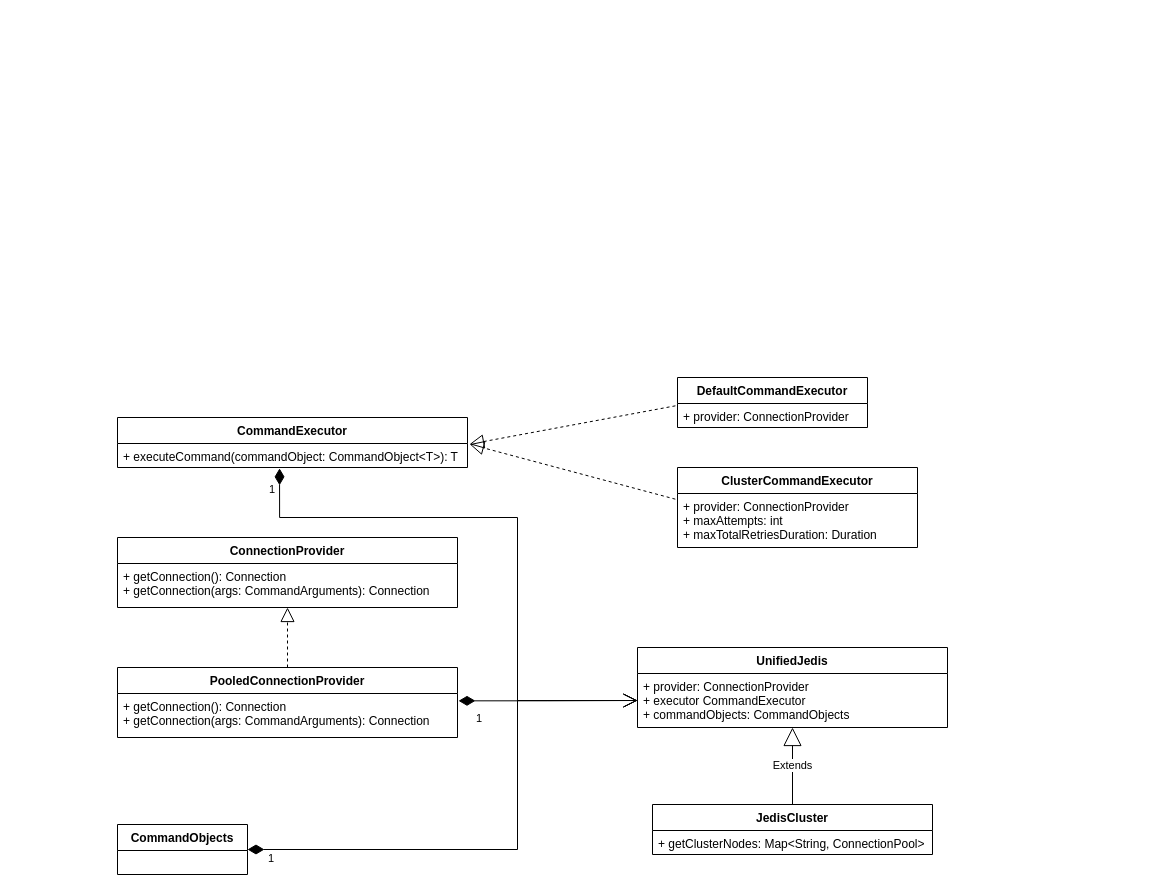
Above: Jedis Cluster Class UML.drawio in caizhaomin001/drawio (draw.io), before the change. Source tidied: cells renumbered, new cells numbered last; positions are measured from the earlier drawing's top-left corner, leaving out a move shared by most shapes. Both pictures are drawn from the tidied source at 100%, with x=0, y=0 at pixel (117, 377).
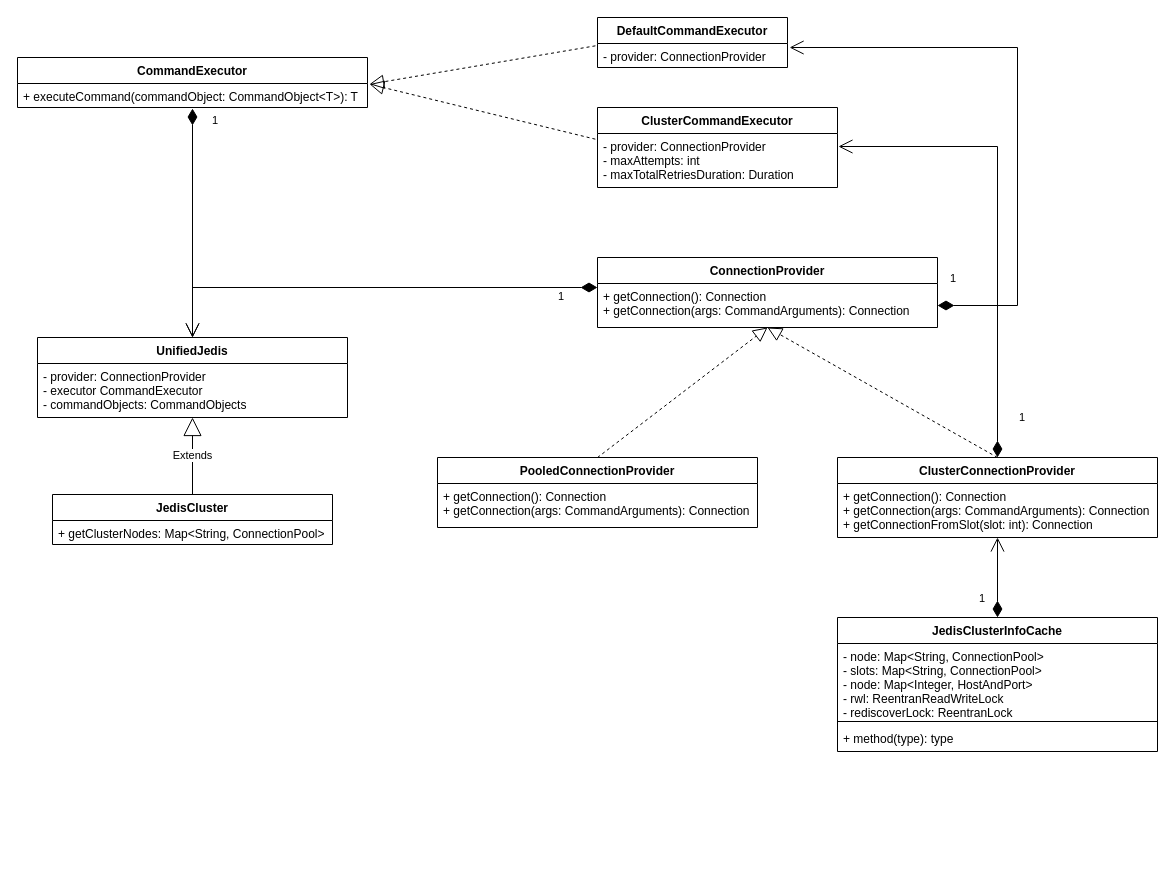
The same diagram, later.

The change refers to these unchanged cells:
```xml
<mxCell id="3" value="+ getConnection(): Connection&#10;+ getConnection(args: CommandArguments): Connection" style="text;strokeColor=none;fillColor=none;align=left;verticalAlign=top;spacingLeft=4;spacingRight=4;overflow=hidden;points=[[0,0.5],[1,0.5]];portConstraint=eastwest;" parent="2" vertex="1">
  <mxGeometry y="26" width="340" height="44" as="geometry" />
</mxCell>
<mxCell id="11" value="+ executeCommand(commandObject: CommandObject&lt;T&gt;): T&#10;" style="text;strokeColor=none;fillColor=none;align=left;verticalAlign=top;spacingLeft=4;spacingRight=4;overflow=hidden;points=[[0,0.5],[1,0.5]];portConstraint=eastwest;" parent="10" vertex="1">
  <mxGeometry y="26" width="350" height="24" as="geometry" />
</mxCell>
```

Change to the diagram source:
```diff
@@
     <mxCell id="2" value="ConnectionProvider" style="swimlane;fontStyle=1;align=center;verticalAlign=top;horizontal=1;startSize=26;" parent="1" vertex="1">
-      <mxGeometry y="160" width="340" height="70" as="geometry" />
+      <mxGeometry x="480" y="-120" width="340" height="70" as="geometry" />
     </mxCell>
@@
     <mxCell id="4" value="PooledConnectionProvider" style="swimlane;fontStyle=1;align=center;verticalAlign=top;horizontal=1;startSize=26;" parent="1" vertex="1">
-      <mxGeometry y="290" width="340" height="70" as="geometry" />
+      <mxGeometry x="320" y="80" width="320" height="70" as="geometry" />
     </mxCell>
     <mxCell id="5" value="+ getConnection(): Connection&#10;+ getConnection(args: CommandArguments): Connection" style="text;strokeColor=none;fillColor=none;align=left;verticalAlign=top;spacingLeft=4;spacingRight=4;overflow=hidden;points=[[0,0.5],[1,0.5]];portConstraint=eastwest;" parent="4" vertex="1">
-      <mxGeometry y="26" width="340" height="44" as="geometry" />
+      <mxGeometry y="26" width="320" height="44" as="geometry" />
     </mxCell>
     <mxCell id="6" value="UnifiedJedis" style="swimlane;fontStyle=1;align=center;verticalAlign=top;horizontal=1;startSize=26;" parent="1" vertex="1">
-      <mxGeometry x="520" y="270" width="310" height="80" as="geometry" />
+      <mxGeometry x="-80" y="-40" width="310" height="80" as="geometry" />
     </mxCell>
-    <mxCell id="7" value="+ provider: ConnectionProvider&#10;+ executor CommandExecutor&#10;+ commandObjects: CommandObjects" style="text;strokeColor=none;fillColor=none;align=left;verticalAlign=top;spacingLeft=4;spacingRight=4;overflow=hidden;points=[[0,0.5],[1,0.5]];portConstraint=eastwest;" parent="6" vertex="1">
+    <mxCell id="7" value="- provider: ConnectionProvider&#10;- executor CommandExecutor&#10;- commandObjects: CommandObjects" style="text;strokeColor=none;fillColor=none;align=left;verticalAlign=top;spacingLeft=4;spacingRight=4;overflow=hidden;points=[[0,0.5],[1,0.5]];portConstraint=eastwest;" parent="6" vertex="1">
       <mxGeometry y="26" width="310" height="54" as="geometry" />
     </mxCell>
     <mxCell id="8" value="JedisCluster" style="swimlane;fontStyle=1;align=center;verticalAlign=top;horizontal=1;startSize=26;" parent="1" vertex="1">
-      <mxGeometry x="535" y="427" width="280" height="50" as="geometry" />
+      <mxGeometry x="-65" y="117" width="280" height="50" as="geometry" />
     </mxCell>
@@
     <mxCell id="10" value="CommandExecutor" style="swimlane;fontStyle=1;align=center;verticalAlign=top;horizontal=1;startSize=26;" parent="1" vertex="1">
-      <mxGeometry y="40" width="350" height="50" as="geometry" />
+      <mxGeometry x="-100" y="-320" width="350" height="50" as="geometry" />
     </mxCell>
@@
     <mxCell id="12" value="DefaultCommandExecutor" style="swimlane;fontStyle=1;align=center;verticalAlign=top;horizontal=1;startSize=26;" parent="1" vertex="1">
-      <mxGeometry x="560" width="190" height="50" as="geometry" />
+      <mxGeometry x="480" y="-360" width="190" height="50" as="geometry" />
     </mxCell>
-    <mxCell id="13" value="+ provider: ConnectionProvider" style="text;strokeColor=none;fillColor=none;align=left;verticalAlign=top;spacingLeft=4;spacingRight=4;overflow=hidden;points=[[0,0.5],[1,0.5]];portConstraint=eastwest;" parent="12" vertex="1">
+    <mxCell id="13" value="- provider: ConnectionProvider" style="text;strokeColor=none;fillColor=none;align=left;verticalAlign=top;spacingLeft=4;spacingRight=4;overflow=hidden;points=[[0,0.5],[1,0.5]];portConstraint=eastwest;" parent="12" vertex="1">
       <mxGeometry y="26" width="190" height="24" as="geometry" />
     </mxCell>
     <mxCell id="14" value="ClusterCommandExecutor" style="swimlane;fontStyle=1;align=center;verticalAlign=top;horizontal=1;startSize=26;" parent="1" vertex="1">
-      <mxGeometry x="560" y="90" width="240" height="80" as="geometry" />
+      <mxGeometry x="480" y="-270" width="240" height="80" as="geometry" />
     </mxCell>
-    <mxCell id="15" value="+ provider: ConnectionProvider&#10;+ maxAttempts: int&#10;+ maxTotalRetriesDuration: Duration" style="text;strokeColor=none;fillColor=none;align=left;verticalAlign=top;spacingLeft=4;spacingRight=4;overflow=hidden;points=[[0,0.5],[1,0.5]];portConstraint=eastwest;" parent="14" vertex="1">
+    <mxCell id="15" value="- provider: ConnectionProvider&#10;- maxAttempts: int&#10;- maxTotalRetriesDuration: Duration" style="text;strokeColor=none;fillColor=none;align=left;verticalAlign=top;spacingLeft=4;spacingRight=4;overflow=hidden;points=[[0,0.5],[1,0.5]];portConstraint=eastwest;" parent="14" vertex="1">
       <mxGeometry y="26" width="240" height="54" as="geometry" />
     </mxCell>
@@
     <mxCell id="17" style="endArrow=block;dashed=1;endFill=0;endSize=12;html=1;rounded=0;exitX=0.5;exitY=0;exitDx=0;exitDy=0;" parent="1" edge="1" source="4">
       <mxGeometry relative="1" as="geometry">
-        <mxPoint x="170" y="230" as="targetPoint" />
+        <mxPoint x="650" y="-50" as="targetPoint" />
       </mxGeometry>
     </mxCell>
@@
-    <mxCell id="19" value="CommandObjects" style="swimlane;fontStyle=1;horizontal=1;startSize=26;fillColor=none;" parent="1" vertex="1">
-      <mxGeometry y="447" width="130" height="50" as="geometry" />
-    </mxCell>
-    <mxCell id="20" value="1" style="endArrow=open;html=1;endSize=12;startArrow=diamondThin;startSize=14;startFill=1;edgeStyle=orthogonalEdgeStyle;align=left;verticalAlign=bottom;rounded=0;exitX=1;exitY=0.5;exitDx=0;exitDy=0;entryX=0;entryY=0.5;entryDx=0;entryDy=0;" parent="1" edge="1" source="19" target="7">
-      <mxGeometry x="-0.93" y="-18" relative="1" as="geometry">
-        <Array as="points">
-          <mxPoint x="400" y="472" />
-          <mxPoint x="400" y="323" />
-        </Array>
-      </mxGeometry>
-    </mxCell>
-    <mxCell id="21" value="1" style="endArrow=open;html=1;endSize=12;startArrow=diamondThin;startSize=14;startFill=1;edgeStyle=orthogonalEdgeStyle;align=left;verticalAlign=bottom;rounded=0;entryX=0;entryY=0.5;entryDx=0;entryDy=0;exitX=1.003;exitY=0.167;exitDx=0;exitDy=0;exitPerimeter=0;" parent="1" edge="1" source="5" target="7">
-      <mxGeometry x="-0.82" y="-27" relative="1" as="geometry" />
-    </mxCell>
@@
-    <mxCell id="23" value="1" style="endArrow=open;html=1;endSize=12;startArrow=diamondThin;startSize=14;startFill=1;edgeStyle=orthogonalEdgeStyle;align=left;verticalAlign=bottom;rounded=0;entryX=0;entryY=0.5;entryDx=0;entryDy=0;exitX=0.463;exitY=1.035;exitDx=0;exitDy=0;exitPerimeter=0;" parent="1" edge="1" source="11" target="7">
-      <mxGeometry x="-0.9" y="-12" relative="1" as="geometry">
-        <Array as="points">
-          <mxPoint x="162" y="140" />
-          <mxPoint x="400" y="140" />
-          <mxPoint x="400" y="323" />
-        </Array>
-      </mxGeometry>
-    </mxCell>
+    <mxCell id="24" value="ClusterConnectionProvider" style="swimlane;fontStyle=1;align=center;verticalAlign=top;horizontal=1;startSize=26;" parent="1" vertex="1">
+      <mxGeometry x="720" y="80" width="320" height="80" as="geometry" />
+    </mxCell>
+    <mxCell id="25" value="+ getConnection(): Connection&#10;+ getConnection(args: CommandArguments): Connection&#10;+ getConnectionFromSlot(slot: int): Connection" style="text;strokeColor=none;fillColor=none;align=left;verticalAlign=top;spacingLeft=4;spacingRight=4;overflow=hidden;points=[[0,0.5],[1,0.5]];portConstraint=eastwest;" parent="24" vertex="1">
+      <mxGeometry y="26" width="320" height="54" as="geometry" />
+    </mxCell>
+    <mxCell id="26" style="endArrow=block;dashed=1;endFill=0;endSize=12;html=1;rounded=0;exitX=0.5;exitY=0;exitDx=0;exitDy=0;" parent="1" edge="1" source="24">
+      <mxGeometry relative="1" as="geometry">
+        <mxPoint x="650" y="-50" as="targetPoint" />
+      </mxGeometry>
+    </mxCell>
+    <mxCell id="27" value="JedisClusterInfoCache" style="swimlane;fontStyle=1;align=center;verticalAlign=top;horizontal=1;startSize=26;" parent="1" vertex="1">
+      <mxGeometry x="720" y="240" width="320" height="134" as="geometry" />
+    </mxCell>
+    <mxCell id="28" value="- node: Map&lt;String, ConnectionPool&gt;&#10;- slots: Map&lt;String, ConnectionPool&gt;&#10;- node: Map&lt;Integer, HostAndPort&gt;&#10;- rwl: ReentranReadWriteLock&#10;- rediscoverLock: ReentranLock" style="text;strokeColor=none;fillColor=none;align=left;verticalAlign=top;spacingLeft=4;spacingRight=4;overflow=hidden;" parent="27" vertex="1">
+      <mxGeometry y="26" width="320" height="74" as="geometry" />
+    </mxCell>
+    <mxCell id="29" style="line;strokeWidth=1;fillColor=none;align=left;verticalAlign=middle;spacingTop=-1;spacingLeft=3;spacingRight=3;labelPosition=right;" parent="27" vertex="1">
+      <mxGeometry y="100" width="320" height="8" as="geometry" />
+    </mxCell>
+    <mxCell id="30" value="+ method(type): type" style="text;strokeColor=none;fillColor=none;align=left;verticalAlign=top;spacingLeft=4;spacingRight=4;overflow=hidden;" parent="27" vertex="1">
+      <mxGeometry y="108" width="320" height="26" as="geometry" />
+    </mxCell>
+    <mxCell id="31" value="1" style="endArrow=open;html=1;endSize=12;startArrow=diamondThin;startSize=14;startFill=1;edgeStyle=orthogonalEdgeStyle;align=left;verticalAlign=bottom;rounded=0;entryX=0.5;entryY=1;entryDx=0;entryDy=0;entryPerimeter=0;" parent="1" edge="1" source="27" target="25">
+      <mxGeometry x="-0.75" y="20" relative="1" as="geometry" />
+    </mxCell>
+    <mxCell id="32" value="1" style="endArrow=open;html=1;endSize=12;startArrow=diamondThin;startSize=14;startFill=1;edgeStyle=orthogonalEdgeStyle;align=left;verticalAlign=bottom;rounded=0;entryX=0.5;entryY=0;entryDx=0;entryDy=0;exitX=0;exitY=0.091;exitDx=0;exitDy=0;exitPerimeter=0;" parent="1" edge="1" source="3" target="6">
+      <mxGeometry x="-0.82" y="18" relative="1" as="geometry" />
+    </mxCell>
+    <mxCell id="33" value="1" style="endArrow=open;html=1;endSize=12;startArrow=diamondThin;startSize=14;startFill=1;edgeStyle=orthogonalEdgeStyle;align=left;verticalAlign=bottom;rounded=0;entryX=0.5;entryY=0;entryDx=0;entryDy=0;exitX=0.5;exitY=1.042;exitDx=0;exitDy=0;exitPerimeter=0;" parent="1" edge="1" source="11" target="6">
+      <mxGeometry x="-0.82" y="18" relative="1" as="geometry" />
+    </mxCell>
+    <mxCell id="34" value="1" style="endArrow=open;html=1;endSize=12;startArrow=diamondThin;startSize=14;startFill=1;edgeStyle=orthogonalEdgeStyle;align=left;verticalAlign=bottom;rounded=0;entryX=1.011;entryY=0.167;entryDx=0;entryDy=0;entryPerimeter=0;exitX=1;exitY=0.5;exitDx=0;exitDy=0;" parent="1" edge="1" source="3" target="13">
+      <mxGeometry x="-0.96" y="18" relative="1" as="geometry">
+        <Array as="points">
+          <mxPoint x="900" y="-72" />
+          <mxPoint x="900" y="-330" />
+        </Array>
+      </mxGeometry>
+    </mxCell>
+    <mxCell id="35" value="1" style="endArrow=open;html=1;endSize=12;startArrow=diamondThin;startSize=14;startFill=1;edgeStyle=orthogonalEdgeStyle;align=left;verticalAlign=bottom;rounded=0;exitX=0.5;exitY=0;exitDx=0;exitDy=0;entryX=1.004;entryY=0.241;entryDx=0;entryDy=0;entryPerimeter=0;" parent="1" edge="1" source="24" target="15">
+      <mxGeometry x="-0.87" y="-20" relative="1" as="geometry">
+        <Array as="points">
+          <mxPoint x="880" y="-231" />
+        </Array>
+      </mxGeometry>
+    </mxCell>
```
